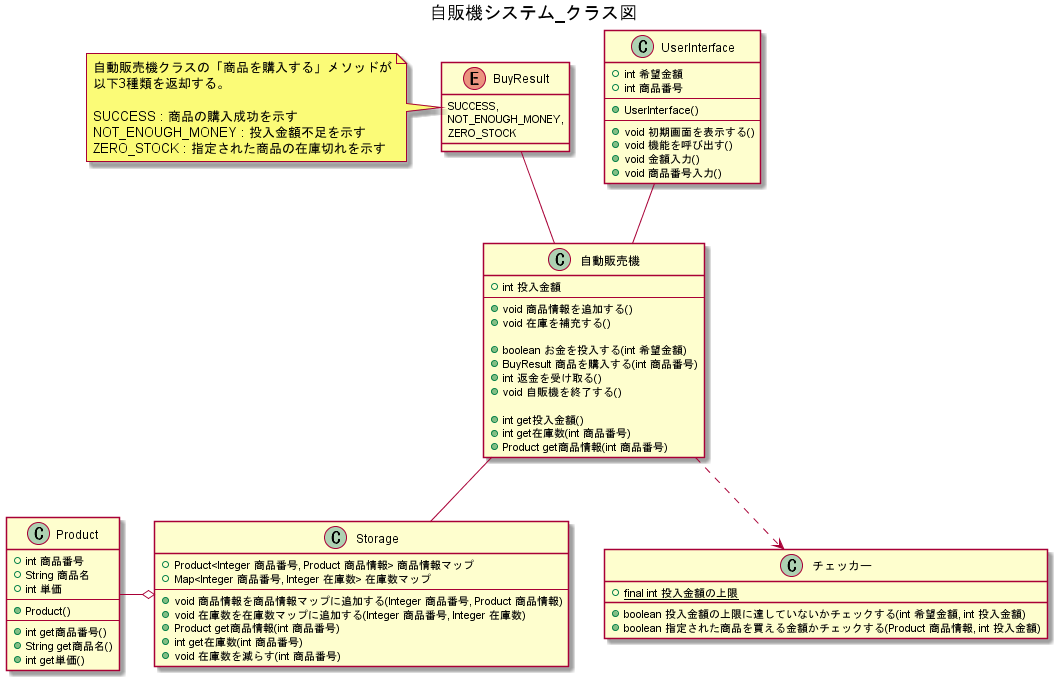
Above: UML_class_sequence/自販機システム_クラス図.png in W-Nakayama-24/VendingMachine_CUI (PlantUML), before the change.
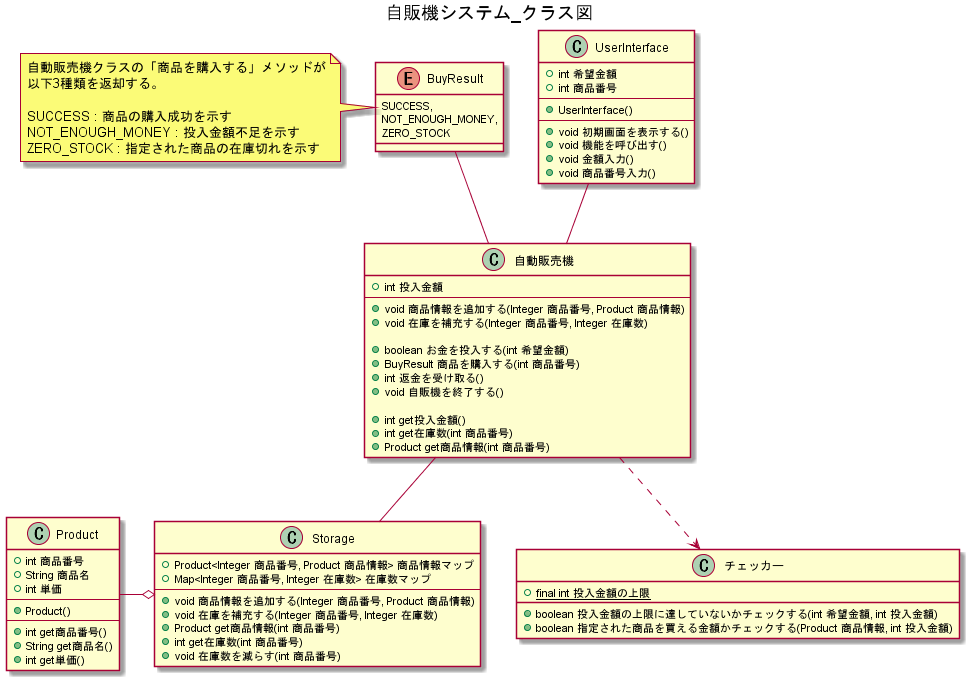
Later version of the same file.

Diff of the diagram source:
```diff
@@ -24,8 +24,8 @@
 class 自動販売機 {
     +int 投入金額
     --
-    +void 商品情報を追加する()
-    +void 在庫を補充する()
+    +void 商品情報を追加する(Integer 商品番号, Product 商品情報)
+    +void 在庫を補充する(Integer 商品番号, Integer 在庫数)
 
     +boolean お金を投入する(int 希望金額)
     +BuyResult 商品を購入する(int 商品番号)
@@ -63,8 +63,8 @@
     +Product<Integer 商品番号, Product 商品情報> 商品情報マップ
     +Map<Integer 商品番号, Integer 在庫数> 在庫数マップ
     --
-    +void 商品情報を商品情報マップに追加する(Integer 商品番号, Product 商品情報)
-    +void 在庫数を在庫数マップに追加する(Integer 商品番号, Integer 在庫数)
+    +void 商品情報を追加する(Integer 商品番号, Product 商品情報)
+    +void 在庫を補充する(Integer 商品番号, Integer 在庫数)
     +Product get商品情報(int 商品番号)
     +int get在庫数(int 商品番号)
     +void 在庫数を減らす(int 商品番号)
```
